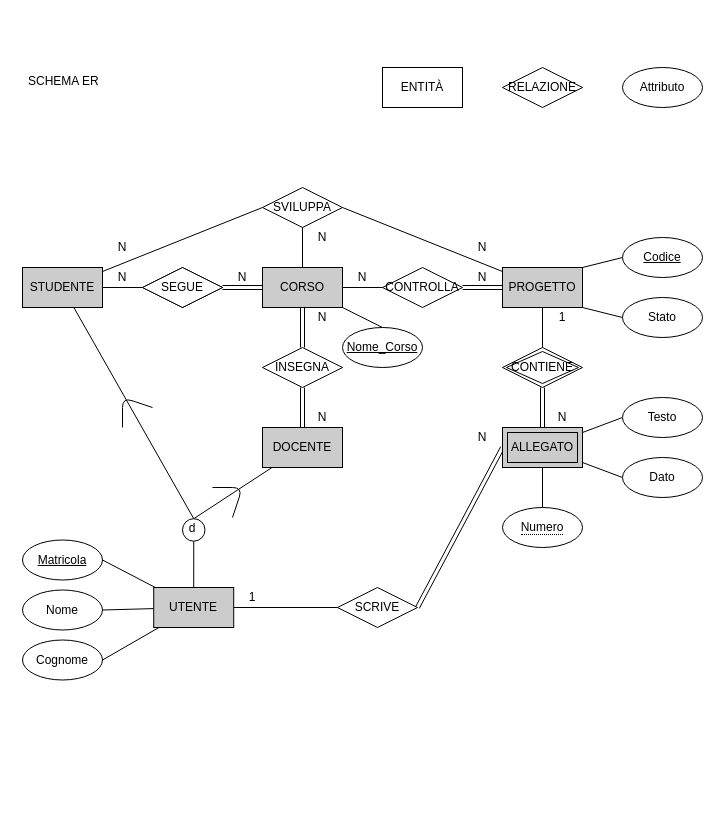
Earlier version of the draw.io diagram page "SCHEMA_EER" (1 of 5) of prisa_eer.drawio (Cippo95/prisa). Source tidied: cells renumbered, new cells numbered last; positions are measured from the earlier drawing's top-left corner, leaving out a move shared by most shapes. Both pictures are drawn from the tidied source at 100%, with x=0, y=0 at pixel (22, 67).
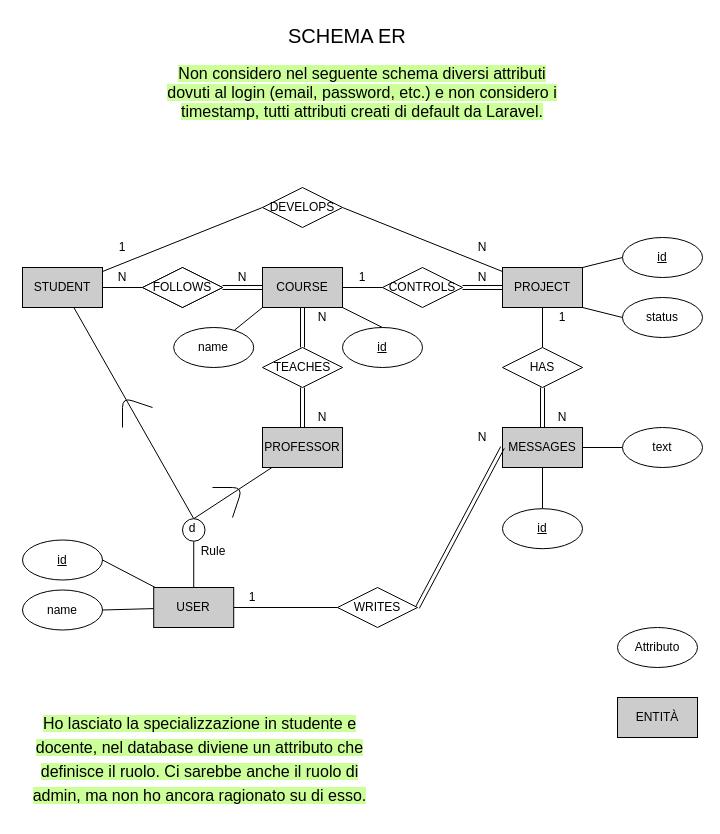
After the change.

The change refers to these unchanged cells:
```xml
<mxCell id="65" value="N" style="text;html=1;strokeColor=none;fillColor=none;align=center;verticalAlign=middle;whiteSpace=wrap;rounded=0;" parent="1" vertex="1">
  <mxGeometry x="440" y="360" width="40" height="20" as="geometry" />
</mxCell>
```

The edit, as a diff of the source:
```diff
@@
-    <mxCell id="5" value="STUDENTE" style="rounded=0;whiteSpace=wrap;html=1;fillColor=#CCCCCC;" parent="1" vertex="1">
+    <mxCell id="5" value="STUDENT" style="rounded=0;whiteSpace=wrap;html=1;fillColor=#CCCCCC;" parent="1" vertex="1">
       <mxGeometry y="200" width="80" height="40" as="geometry" />
     </mxCell>
@@
-    <mxCell id="8" value="CORSO" style="rounded=0;whiteSpace=wrap;html=1;fillColor=#CCCCCC;" parent="1" vertex="1">
+    <mxCell id="8" value="COURSE" style="rounded=0;whiteSpace=wrap;html=1;fillColor=#CCCCCC;" parent="1" vertex="1">
       <mxGeometry x="240" y="200" width="80" height="40" as="geometry" />
     </mxCell>
@@
-    <mxCell id="10" style="edgeStyle=none;rounded=0;jettySize=auto;html=1;endArrow=none;endFill=0;strokeColor=#000000;" parent="1" edge="1" source="13" target="30">
+    <mxCell id="10" style="edgeStyle=none;rounded=0;jettySize=auto;html=1;endArrow=none;endFill=0;strokeColor=#000000;entryX=0.5;entryY=0;entryDx=0;entryDy=0;" parent="1" edge="1" source="13" target="66">
       <mxGeometry relative="1" as="geometry" />
     </mxCell>
@@
-    <mxCell id="13" value="PROGETTO" style="rounded=0;whiteSpace=wrap;html=1;fillColor=#CCCCCC;" parent="1" vertex="1">
+    <mxCell id="13" value="PROJECT" style="rounded=0;whiteSpace=wrap;html=1;fillColor=#CCCCCC;" parent="1" vertex="1">
       <mxGeometry x="480" y="200" width="80" height="40" as="geometry" />
     </mxCell>
@@
-    <mxCell id="16" value="DOCENTE" style="rounded=0;whiteSpace=wrap;html=1;fillColor=#CCCCCC;" parent="1" vertex="1">
+    <mxCell id="16" value="PROFESSOR" style="rounded=0;whiteSpace=wrap;html=1;fillColor=#CCCCCC;" parent="1" vertex="1">
       <mxGeometry x="240" y="360" width="80" height="40" as="geometry" />
     </mxCell>
-    <mxCell id="17" value="ENTITÀ" style="rounded=0;whiteSpace=wrap;html=1;" parent="1" vertex="1">
-      <mxGeometry x="360" width="80" height="40" as="geometry" />
+    <mxCell id="17" value="ENTITÀ" style="rounded=0;whiteSpace=wrap;html=1;fillColor=#CCCCCC;" parent="1" vertex="1">
+      <mxGeometry x="595" y="630" width="80" height="40" as="geometry" />
     </mxCell>
@@
-    <mxCell id="20" value="SEGUE" style="rhombus;whiteSpace=wrap;html=1;" parent="1" vertex="1">
+    <mxCell id="20" value="FOLLOWS" style="rhombus;whiteSpace=wrap;html=1;" parent="1" vertex="1">
       <mxGeometry x="120" y="200" width="80" height="40" as="geometry" />
     </mxCell>
-    <mxCell id="21" style="edgeStyle=orthogonalEdgeStyle;rounded=0;jettySize=auto;html=1;exitX=0.5;exitY=1;exitDx=0;exitDy=0;entryX=0.5;entryY=0;entryDx=0;entryDy=0;endArrow=none;endFill=0;strokeColor=#000000;" parent="1" edge="1" source="22" target="8">
-      <mxGeometry relative="1" as="geometry" />
-    </mxCell>
-    <mxCell id="22" value="SVILUPPA" style="rhombus;whiteSpace=wrap;html=1;" parent="1" vertex="1">
+    <mxCell id="22" value="DEVELOPS" style="rhombus;whiteSpace=wrap;html=1;" parent="1" vertex="1">
       <mxGeometry x="240" y="120" width="80" height="40" as="geometry" />
     </mxCell>
@@
-    <mxCell id="24" value="&lt;div&gt;CONTROLLA&lt;/div&gt;" style="rhombus;whiteSpace=wrap;html=1;" parent="1" vertex="1">
+    <mxCell id="24" value="CONTROLS" style="rhombus;whiteSpace=wrap;html=1;" parent="1" vertex="1">
       <mxGeometry x="360" y="200" width="80" height="40" as="geometry" />
     </mxCell>
@@
-    <mxCell id="26" value="INSEGNA" style="rhombus;whiteSpace=wrap;html=1;" parent="1" vertex="1">
+    <mxCell id="26" value="TEACHES" style="rhombus;whiteSpace=wrap;html=1;" parent="1" vertex="1">
       <mxGeometry x="240" y="280" width="80" height="40" as="geometry" />
     </mxCell>
-    <mxCell id="27" style="rounded=0;jettySize=auto;html=1;exitX=1;exitY=0.5;exitDx=0;exitDy=0;entryX=1;entryY=1;entryDx=0;entryDy=0;endArrow=none;endFill=0;strokeColor=#000000;shape=link;" parent="1" edge="1" source="28" target="65">
-      <mxGeometry relative="1" as="geometry" />
-    </mxCell>
-    <mxCell id="28" value="SCRIVE" style="rhombus;whiteSpace=wrap;html=1;" parent="1" vertex="1">
+    <mxCell id="28" value="WRITES" style="rhombus;whiteSpace=wrap;html=1;" parent="1" vertex="1">
       <mxGeometry x="315" y="520" width="80" height="40" as="geometry" />
     </mxCell>
-    <mxCell id="29" style="edgeStyle=none;rounded=0;jettySize=auto;html=1;endArrow=none;endFill=0;strokeColor=#000000;shape=link;" parent="1" edge="1" source="30" target="34">
+    <mxCell id="29" style="edgeStyle=none;rounded=0;jettySize=auto;html=1;endArrow=none;endFill=0;strokeColor=#000000;shape=link;exitX=0.5;exitY=1;exitDx=0;exitDy=0;entryX=0.5;entryY=0;entryDx=0;entryDy=0;" parent="1" edge="1" source="66" target="74">
       <mxGeometry relative="1" as="geometry" />
     </mxCell>
-    <mxCell id="30" value="CONTIENE" style="shape=rhombus;double=1;perimeter=rhombusPerimeter;whiteSpace=wrap;html=1;align=center;" parent="1" vertex="1">
-      <mxGeometry x="480" y="280" width="80" height="40" as="geometry" />
-    </mxCell>
-    <mxCell id="31" style="edgeStyle=none;rounded=0;jettySize=auto;html=1;entryX=0.5;entryY=0;entryDx=0;entryDy=0;endArrow=none;endFill=0;strokeColor=#000000;" parent="1" edge="1" source="34" target="40">
+    <mxCell id="31" style="edgeStyle=none;rounded=0;jettySize=auto;html=1;entryX=0.5;entryY=0;entryDx=0;entryDy=0;endArrow=none;endFill=0;strokeColor=#000000;exitX=0.5;exitY=1;exitDx=0;exitDy=0;" parent="1" edge="1" source="74" target="73">
       <mxGeometry relative="1" as="geometry" />
     </mxCell>
-    <mxCell id="32" style="rounded=0;jettySize=auto;html=1;entryX=0;entryY=0.5;entryDx=0;entryDy=0;endArrow=none;endFill=0;" parent="1" edge="1" source="34" target="42">
+    <mxCell id="32" style="rounded=0;jettySize=auto;html=1;entryX=0;entryY=0.5;entryDx=0;entryDy=0;endArrow=none;endFill=0;exitX=1;exitY=0.5;exitDx=0;exitDy=0;" parent="1" edge="1" source="74" target="42">
       <mxGeometry relative="1" as="geometry" />
     </mxCell>
-    <mxCell id="33" style="edgeStyle=none;rounded=0;jettySize=auto;html=1;entryX=0;entryY=0.5;entryDx=0;entryDy=0;endArrow=none;endFill=0;" parent="1" edge="1" source="34" target="43">
-      <mxGeometry relative="1" as="geometry" />
-    </mxCell>
-    <mxCell id="34" value="ALLEGATO" style="shape=ext;margin=3;double=1;whiteSpace=wrap;html=1;align=center;fillColor=#CCCCCC;" parent="1" vertex="1">
-      <mxGeometry x="480" y="360" width="80" height="40" as="geometry" />
-    </mxCell>
-    <mxCell id="35" value="&lt;div&gt;Stato&lt;/div&gt;" style="ellipse;whiteSpace=wrap;html=1;align=center;" parent="1" vertex="1">
+    <mxCell id="35" value="status" style="ellipse;whiteSpace=wrap;html=1;align=center;" parent="1" vertex="1">
       <mxGeometry x="600" y="230" width="80" height="40" as="geometry" />
     </mxCell>
-    <mxCell id="36" value="Nome" style="ellipse;whiteSpace=wrap;html=1;align=center;" parent="1" vertex="1">
+    <mxCell id="36" value="name" style="ellipse;whiteSpace=wrap;html=1;align=center;" parent="1" vertex="1">
       <mxGeometry y="522.5" width="80" height="40" as="geometry" />
     </mxCell>
-    <mxCell id="37" value="Cognome" style="ellipse;whiteSpace=wrap;html=1;align=center;" parent="1" vertex="1">
-      <mxGeometry y="572.5" width="80" height="40" as="geometry" />
-    </mxCell>
-    <mxCell id="38" value="&lt;u&gt;Codice&lt;/u&gt;" style="ellipse;whiteSpace=wrap;html=1;align=center;" parent="1" vertex="1">
+    <mxCell id="38" value="&lt;u&gt;id&lt;/u&gt;" style="ellipse;whiteSpace=wrap;html=1;align=center;" parent="1" vertex="1">
       <mxGeometry x="600" y="170" width="80" height="40" as="geometry" />
     </mxCell>
-    <mxCell id="39" value="&lt;u&gt;Matricola&lt;/u&gt;" style="ellipse;whiteSpace=wrap;html=1;align=center;" parent="1" vertex="1">
+    <mxCell id="39" value="&lt;u&gt;id&lt;/u&gt;" style="ellipse;whiteSpace=wrap;html=1;align=center;" parent="1" vertex="1">
       <mxGeometry y="472.5" width="80" height="40" as="geometry" />
     </mxCell>
-    <mxCell id="40" value="&lt;span style=&quot;border-bottom: 1px dotted&quot;&gt;Numero&lt;/span&gt;" style="ellipse;whiteSpace=wrap;html=1;align=center;" parent="1" vertex="1">
-      <mxGeometry x="480" y="440" width="80" height="40" as="geometry" />
-    </mxCell>
-    <mxCell id="41" value="SCHEMA ER&#10;" style="text;strokeColor=none;fillColor=none;spacingLeft=4;spacingRight=4;overflow=hidden;fontSize=12;" parent="1" vertex="1">
-      <mxGeometry width="90" height="30" as="geometry" />
+    <mxCell id="41" value="SCHEMA ER&#10;" style="text;strokeColor=none;fillColor=none;spacingLeft=4;spacingRight=4;overflow=hidden;fontSize=20;" parent="1" vertex="1">
+      <mxGeometry x="260" y="-50" width="160" height="40" as="geometry" />
     </mxCell>
-    <mxCell id="42" value="Testo" style="ellipse;whiteSpace=wrap;html=1;align=center;" parent="1" vertex="1">
-      <mxGeometry x="600" y="330" width="80" height="40" as="geometry" />
+    <mxCell id="42" value="text" style="ellipse;whiteSpace=wrap;html=1;align=center;" parent="1" vertex="1">
+      <mxGeometry x="600" y="360" width="80" height="40" as="geometry" />
     </mxCell>
-    <mxCell id="43" value="Dato" style="ellipse;whiteSpace=wrap;html=1;align=center;" parent="1" vertex="1">
-      <mxGeometry x="600" y="390" width="80" height="40" as="geometry" />
-    </mxCell>
@@
-    <mxCell id="47" value="N" style="text;html=1;strokeColor=none;fillColor=none;align=center;verticalAlign=middle;whiteSpace=wrap;rounded=0;" parent="1" vertex="1">
+    <mxCell id="47" value="1" style="text;html=1;strokeColor=none;fillColor=none;align=center;verticalAlign=middle;whiteSpace=wrap;rounded=0;" parent="1" vertex="1">
       <mxGeometry x="320" y="200" width="40" height="20" as="geometry" />
     </mxCell>
-    <mxCell id="48" value="N" style="text;html=1;strokeColor=none;fillColor=none;align=center;verticalAlign=middle;whiteSpace=wrap;rounded=0;" parent="1" vertex="1">
-      <mxGeometry x="280" y="160" width="40" height="20" as="geometry" />
-    </mxCell>
-    <mxCell id="49" value="N" style="text;html=1;strokeColor=none;fillColor=none;align=center;verticalAlign=middle;whiteSpace=wrap;rounded=0;" parent="1" vertex="1">
+    <mxCell id="49" value="1" style="text;html=1;strokeColor=none;fillColor=none;align=center;verticalAlign=middle;whiteSpace=wrap;rounded=0;" parent="1" vertex="1">
       <mxGeometry x="80" y="170" width="40" height="20" as="geometry" />
     </mxCell>
@@
-    <mxCell id="55" value="&lt;u&gt;Nome_Corso&lt;/u&gt;" style="ellipse;whiteSpace=wrap;html=1;align=center;" parent="1" vertex="1">
+    <mxCell id="55" value="&lt;u&gt;id&lt;/u&gt;" style="ellipse;whiteSpace=wrap;html=1;align=center;" parent="1" vertex="1">
       <mxGeometry x="320" y="260" width="80" height="40" as="geometry" />
     </mxCell>
@@
-    <mxCell id="59" style="rounded=0;jettySize=auto;html=1;entryX=1;entryY=0.5;entryDx=0;entryDy=0;endArrow=none;endFill=0;" parent="1" edge="1" source="61" target="37">
-      <mxGeometry relative="1" as="geometry" />
-    </mxCell>
@@
-    <mxCell id="61" value="UTENTE" style="rounded=0;whiteSpace=wrap;html=1;fillColor=#CCCCCC;" parent="1" vertex="1">
+    <mxCell id="61" value="USER" style="rounded=0;whiteSpace=wrap;html=1;fillColor=#CCCCCC;" parent="1" vertex="1">
       <mxGeometry x="131.2" y="520" width="80" height="40" as="geometry" />
     </mxCell>
@@
-    <mxCell id="66" value="RELAZIONE" style="rhombus;whiteSpace=wrap;html=1;" parent="1" vertex="1">
-      <mxGeometry x="480" width="80" height="40" as="geometry" />
+    <mxCell id="66" value="HAS" style="rhombus;whiteSpace=wrap;html=1;" parent="1" vertex="1">
+      <mxGeometry x="480" y="280" width="80" height="40" as="geometry" />
     </mxCell>
     <mxCell id="67" value="Attributo" style="ellipse;whiteSpace=wrap;html=1;align=center;" parent="1" vertex="1">
-      <mxGeometry x="600" width="80" height="40" as="geometry" />
+      <mxGeometry x="595" y="560" width="80" height="40" as="geometry" />
     </mxCell>
@@
+    <mxCell id="70" value="Rule" style="text;html=1;strokeColor=none;fillColor=none;align=center;verticalAlign=middle;whiteSpace=wrap;rounded=0;" parent="1" vertex="1">
+      <mxGeometry x="171.2" y="473.8" width="40" height="20" as="geometry" />
+    </mxCell>
+    <mxCell id="71" style="rounded=0;jettySize=auto;html=1;entryX=0;entryY=1;entryDx=0;entryDy=0;endArrow=none;endFill=0;" parent="1" edge="1" source="72" target="8">
+      <mxGeometry relative="1" as="geometry" />
+    </mxCell>
+    <mxCell id="72" value="name" style="ellipse;whiteSpace=wrap;html=1;align=center;" parent="1" vertex="1">
+      <mxGeometry x="151.2" y="260" width="80" height="40" as="geometry" />
+    </mxCell>
+    <mxCell id="73" value="&lt;u&gt;id&lt;/u&gt;" style="ellipse;whiteSpace=wrap;html=1;align=center;" parent="1" vertex="1">
+      <mxGeometry x="480" y="441.2" width="80" height="40" as="geometry" />
+    </mxCell>
+    <mxCell id="74" value="MESSAGES" style="rounded=0;whiteSpace=wrap;html=1;labelBackgroundColor=none;fillColor=#CCCCCC;" parent="1" vertex="1">
+      <mxGeometry x="480" y="360" width="80" height="40" as="geometry" />
+    </mxCell>
+    <mxCell id="75" style="rounded=0;jettySize=auto;html=1;exitX=1;exitY=0.5;exitDx=0;exitDy=0;entryX=0;entryY=0.5;entryDx=0;entryDy=0;endArrow=none;endFill=0;strokeColor=#000000;shape=link;" parent="1" edge="1" source="28" target="74">
+      <mxGeometry relative="1" as="geometry" />
+    </mxCell>
+    <mxCell id="76" value="&lt;div style=&quot;font-size: 16px&quot;&gt;&lt;span style=&quot;background-color: rgb(204 , 255 , 153)&quot;&gt;&lt;span style=&quot;font-size: 16px&quot;&gt;Non considero nel seguente schema diversi attributi dovuti al login (email, password, etc.) e non considero i timestamp, tutti attributi creati di default da Laravel.&lt;/span&gt;&lt;/span&gt;&lt;/div&gt;" style="text;html=1;strokeColor=none;fillColor=none;align=center;verticalAlign=middle;whiteSpace=wrap;rounded=0;fontSize=16;" parent="1" vertex="1">
+      <mxGeometry x="140" y="-10" width="400" height="70" as="geometry" />
+    </mxCell>
+    <mxCell id="77" value="&lt;font style=&quot;font-size: 16px&quot;&gt;&lt;span style=&quot;background-color: rgb(204 , 255 , 153)&quot;&gt;Ho lasciato la specializzazione in studente e docente, nel database diviene un attributo che definisce il ruolo. Ci sarebbe anche il ruolo di admin, ma non ho ancora ragionato su di esso.&lt;/span&gt;&lt;br&gt;&lt;/font&gt;" style="text;html=1;strokeColor=none;fillColor=none;align=center;verticalAlign=middle;whiteSpace=wrap;rounded=0;labelBackgroundColor=none;fontSize=20;" parent="1" vertex="1">
+      <mxGeometry x="-5" y="630" width="365" height="120" as="geometry" />
+    </mxCell>
```
